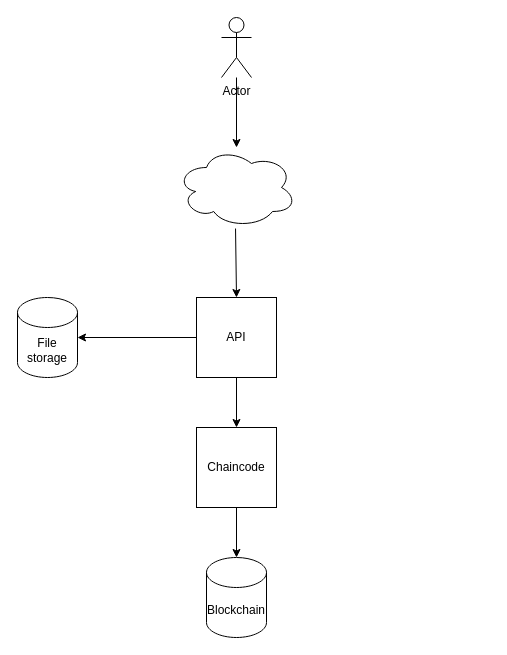
ansamoylenko/da-api keeps this draw.io diagram as page "Общая архитектура" (2 of 3) of DA-API.drawio. Above is the earlier version. Source tidied: cells renumbered, new cells numbered last; positions are measured from the earlier drawing's top-left corner, leaving out a move shared by most shapes. Both pictures are drawn from the tidied source at 100%, with x=0, y=0 at pixel (17, 17).
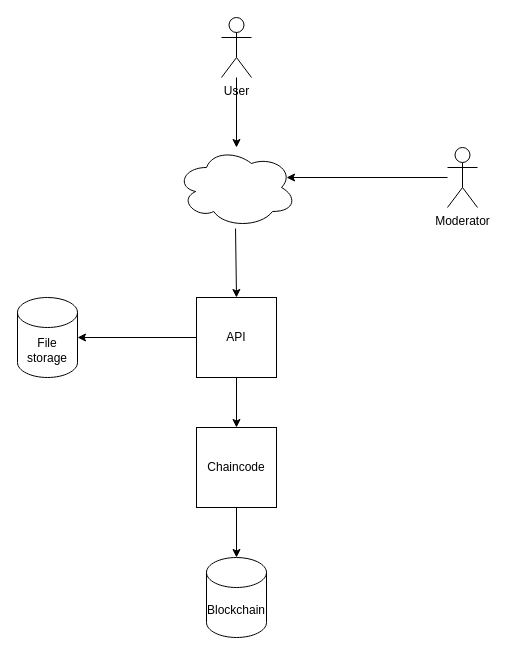
After the change.

Diff of the diagram source:
```diff
@@
 <mxGraphModel>
   <root>
     <mxCell id="0" />
     <mxCell id="1" parent="0" />
-    <mxCell id="2" value="Actor" style="shape=umlActor;verticalLabelPosition=bottom;verticalAlign=top;html=1;outlineConnect=0;" parent="1" vertex="1">
+    <mxCell id="2" value="&lt;div&gt;User&lt;/div&gt;&lt;div&gt;&lt;br&gt;&lt;/div&gt;" style="shape=umlActor;verticalLabelPosition=bottom;verticalAlign=top;html=1;outlineConnect=0;" parent="1" vertex="1">
       <mxGeometry x="204" width="30" height="60" as="geometry" />
     </mxCell>
     <mxCell id="3" style="ellipse;shape=cloud;whiteSpace=wrap;html=1;" parent="1" vertex="1">
       <mxGeometry x="159" y="130" width="120" height="80" as="geometry" />
     </mxCell>
     <mxCell id="4" style="endArrow=classic;html=1;rounded=0;" parent="1" edge="1" source="2" target="3">
       <mxGeometry relative="1" as="geometry" />
     </mxCell>
     <mxCell id="5" style="endArrow=classic;html=1;rounded=0;exitX=0.492;exitY=1.013;exitDx=0;exitDy=0;exitPerimeter=0;" parent="1" edge="1" source="3">
       <mxGeometry relative="1" as="geometry">
         <mxPoint x="219" y="280" as="targetPoint" />
       </mxGeometry>
     </mxCell>
     <mxCell id="6" style="edgeStyle=orthogonalEdgeStyle;rounded=0;jettySize=auto;html=1;" parent="1" edge="1" source="7" target="11">
       <mxGeometry relative="1" as="geometry" />
     </mxCell>
     <mxCell id="7" value="&lt;div&gt;API&lt;/div&gt;" style="whiteSpace=wrap;html=1;" parent="1" vertex="1">
       <mxGeometry x="179" y="280" width="80" height="80" as="geometry" />
     </mxCell>
     <mxCell id="8" value="File storage" style="shape=cylinder3;whiteSpace=wrap;html=1;boundedLbl=1;backgroundOutline=1;size=15;" parent="1" vertex="1">
       <mxGeometry y="280" width="60" height="80" as="geometry" />
     </mxCell>
     <mxCell id="9" style="endArrow=classic;html=1;rounded=0;exitX=0;exitY=0.5;exitDx=0;exitDy=0;entryX=1;entryY=0.5;entryDx=0;entryDy=0;entryPerimeter=0;" parent="1" edge="1" source="7" target="8">
       <mxGeometry relative="1" as="geometry" />
     </mxCell>
     <mxCell id="10" style="edgeStyle=orthogonalEdgeStyle;rounded=0;jettySize=auto;html=1;" parent="1" edge="1" source="11" target="12">
       <mxGeometry relative="1" as="geometry" />
     </mxCell>
     <mxCell id="11" value="Chaincode" style="whiteSpace=wrap;html=1;" parent="1" vertex="1">
       <mxGeometry x="179" y="410" width="80" height="80" as="geometry" />
     </mxCell>
     <mxCell id="12" value="Blockchain" style="shape=cylinder3;whiteSpace=wrap;html=1;boundedLbl=1;backgroundOutline=1;size=15;" parent="1" vertex="1">
       <mxGeometry x="189" y="540" width="60" height="80" as="geometry" />
     </mxCell>
+    <mxCell id="13" style="edgeStyle=orthogonalEdgeStyle;rounded=0;jettySize=auto;html=1;entryX=0.917;entryY=0.375;entryDx=0;entryDy=0;entryPerimeter=0;" parent="1" edge="1" source="14" target="3">
+      <mxGeometry relative="1" as="geometry" />
+    </mxCell>
+    <mxCell id="14" value="Moderator" style="shape=umlActor;verticalLabelPosition=bottom;verticalAlign=top;html=1;outlineConnect=0;" parent="1" vertex="1">
+      <mxGeometry x="430" y="130" width="30" height="60" as="geometry" />
+    </mxCell>
   </root>
 </mxGraphModel>
```
